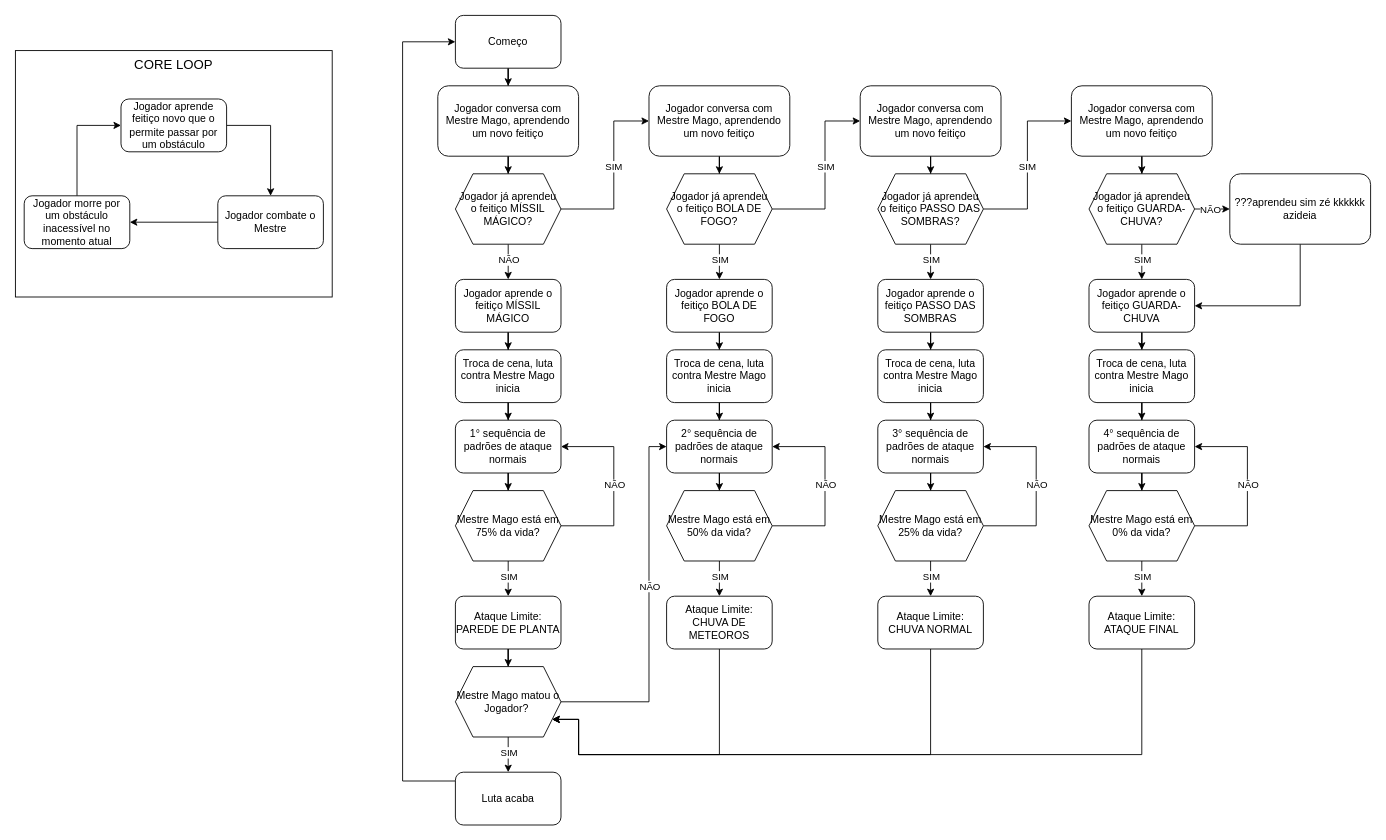
Above: GMTKJam2025.drawio in Reimyel/Diagramas (draw.io), before the change. Source tidied: cells renumbered, new cells numbered last; positions are measured from the earlier drawing's top-left corner, leaving out a move shared by most shapes. Both pictures are drawn from the tidied source at 88%, with x=0, y=0 at pixel (15, 15).
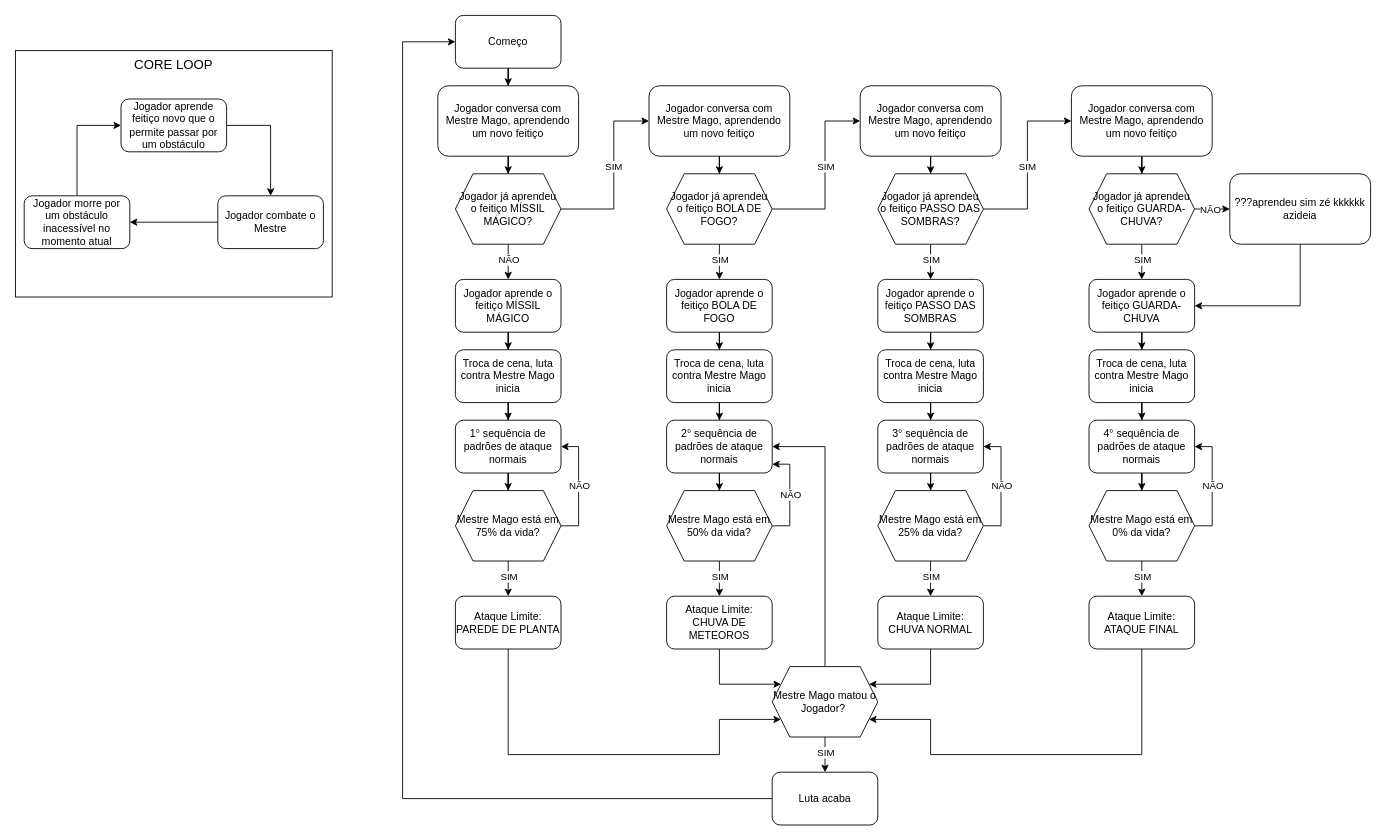
After the change.

Unchanged cells that the change refers to:
```xml
<mxCell id="10" value="Começo" style="rounded=1;whiteSpace=wrap;html=1;fillColor=light-dark(#FFFFFF,#104E0E);" parent="1" vertex="1">
  <mxGeometry x="500" width="120" height="60" as="geometry" />
</mxCell>
<mxCell id="16" value="1° sequência de padrões de ataque normais" style="rounded=1;whiteSpace=wrap;html=1;" parent="1" vertex="1">
  <mxGeometry x="500" y="460" width="120" height="60" as="geometry" />
</mxCell>
<mxCell id="20" value="Ataque Limite: PAREDE DE PLANTA" style="rounded=1;whiteSpace=wrap;html=1;" parent="1" vertex="1">
  <mxGeometry x="500" y="660" width="120" height="60" as="geometry" />
</mxCell>
<mxCell id="25" value="Mestre Mago está em 75% da vida?" style="shape=hexagon;perimeter=hexagonPerimeter2;whiteSpace=wrap;html=1;fixedSize=1;fillColor=light-dark(#FFFFFF,#E28507);" parent="1" vertex="1">
  <mxGeometry x="500" y="540" width="120" height="80" as="geometry" />
</mxCell>
<mxCell id="51" value="2° sequência de padrões de ataque normais" style="rounded=1;whiteSpace=wrap;html=1;" parent="1" vertex="1">
  <mxGeometry x="740" y="460" width="120" height="60" as="geometry" />
</mxCell>
<mxCell id="53" value="Ataque Limite: CHUVA DE METEOROS" style="rounded=1;whiteSpace=wrap;html=1;" parent="1" vertex="1">
  <mxGeometry x="740" y="660" width="120" height="60" as="geometry" />
</mxCell>
<mxCell id="58" value="Mestre Mago está em 50% da vida?" style="shape=hexagon;perimeter=hexagonPerimeter2;whiteSpace=wrap;html=1;fixedSize=1;fillColor=light-dark(#FFFFFF,#E28507);" parent="1" vertex="1">
  <mxGeometry x="740" y="540" width="120" height="80" as="geometry" />
</mxCell>
<mxCell id="71" value="3° sequência de padrões de ataque normais" style="rounded=1;whiteSpace=wrap;html=1;" parent="1" vertex="1">
  <mxGeometry x="980" y="460" width="120" height="60" as="geometry" />
</mxCell>
<mxCell id="73" value="Ataque Limite: CHUVA NORMAL" style="rounded=1;whiteSpace=wrap;html=1;" parent="1" vertex="1">
  <mxGeometry x="980" y="660" width="120" height="60" as="geometry" />
</mxCell>
<mxCell id="78" value="Mestre Mago está em 25% da vida?" style="shape=hexagon;perimeter=hexagonPerimeter2;whiteSpace=wrap;html=1;fixedSize=1;fillColor=light-dark(#FFFFFF,#E28507);" parent="1" vertex="1">
  <mxGeometry x="980" y="540" width="120" height="80" as="geometry" />
</mxCell>
<mxCell id="91" value="4° sequência de padrões de ataque normais" style="rounded=1;whiteSpace=wrap;html=1;" parent="1" vertex="1">
  <mxGeometry x="1220" y="460" width="120" height="60" as="geometry" />
</mxCell>
<mxCell id="93" value="Ataque Limite: ATAQUE FINAL" style="rounded=1;whiteSpace=wrap;html=1;" parent="1" vertex="1">
  <mxGeometry x="1220" y="660" width="120" height="60" as="geometry" />
</mxCell>
<mxCell id="98" value="Mestre Mago está em 0% da vida?" style="shape=hexagon;perimeter=hexagonPerimeter2;whiteSpace=wrap;html=1;fixedSize=1;fillColor=light-dark(#FFFFFF,#E28507);" parent="1" vertex="1">
  <mxGeometry x="1220" y="540" width="120" height="80" as="geometry" />
</mxCell>
```

Change to the diagram source:
```diff
@@
     <mxCell id="17" style="edgeStyle=orthogonalEdgeStyle;rounded=0;jettySize=auto;html=1;entryX=0;entryY=0.5;entryDx=0;entryDy=0;" parent="1" edge="1" source="18" target="10">
       <mxGeometry relative="1" as="geometry">
         <Array as="points">
-          <mxPoint x="440" y="870" />
+          <mxPoint x="440" y="890" />
           <mxPoint x="440" y="30" />
         </Array>
       </mxGeometry>
     </mxCell>
     <mxCell id="18" value="Luta acaba" style="rounded=1;whiteSpace=wrap;html=1;fillColor=light-dark(#FFFFFF,#9A3434);" parent="1" vertex="1">
-      <mxGeometry x="500" y="860" width="120" height="60" as="geometry" />
+      <mxGeometry x="860" y="860" width="120" height="60" as="geometry" />
     </mxCell>
     <mxCell id="19" style="edgeStyle=orthogonalEdgeStyle;rounded=0;jettySize=auto;html=1;" parent="1" edge="1" source="20" target="30">
-      <mxGeometry relative="1" as="geometry" />
+      <mxGeometry relative="1" as="geometry">
+        <Array as="points">
+          <mxPoint x="560" y="840" />
+          <mxPoint x="800" y="840" />
+          <mxPoint x="800" y="800" />
+        </Array>
+      </mxGeometry>
     </mxCell>
@@
     <mxCell id="23" style="edgeStyle=orthogonalEdgeStyle;rounded=0;jettySize=auto;html=1;entryX=1;entryY=0.5;entryDx=0;entryDy=0;exitX=1;exitY=0.5;exitDx=0;exitDy=0;" parent="1" edge="1" source="25" target="16">
       <mxGeometry relative="1" as="geometry">
         <Array as="points">
-          <mxPoint x="680" y="580" />
-          <mxPoint x="680" y="490" />
+          <mxPoint x="640" y="580" />
+          <mxPoint x="640" y="490" />
         </Array>
       </mxGeometry>
     </mxCell>
@@
     <mxCell id="26" style="edgeStyle=orthogonalEdgeStyle;rounded=0;jettySize=auto;html=1;" parent="1" edge="1" source="30" target="18">
-      <mxGeometry relative="1" as="geometry" />
+      <mxGeometry relative="1" as="geometry">
+        <Array as="points">
+          <mxPoint x="920" y="870" />
+          <mxPoint x="920" y="870" />
+        </Array>
+      </mxGeometry>
     </mxCell>
@@
-    <mxCell id="28" style="edgeStyle=orthogonalEdgeStyle;rounded=0;jettySize=auto;html=1;entryX=0;entryY=0.5;entryDx=0;entryDy=0;" parent="1" edge="1" source="30" target="51">
+    <mxCell id="28" style="edgeStyle=orthogonalEdgeStyle;rounded=0;jettySize=auto;html=1;" parent="1" edge="1" source="30" target="51">
       <mxGeometry relative="1" as="geometry">
         <Array as="points">
-          <mxPoint x="720" y="780" />
-          <mxPoint x="720" y="490" />
+          <mxPoint x="920" y="490" />
         </Array>
       </mxGeometry>
     </mxCell>
-    <mxCell id="29" value="NÃO" style="edgeLabel;html=1;align=center;verticalAlign=middle;" parent="28" vertex="1">
-      <mxGeometry x="0.13" relative="1" as="geometry" />
-    </mxCell>
     <mxCell id="30" value="Mestre Mago matou o Jogador?&amp;nbsp;" style="shape=hexagon;perimeter=hexagonPerimeter2;whiteSpace=wrap;html=1;fixedSize=1;fillColor=light-dark(#FFFFFF,#E28507);" parent="1" vertex="1">
-      <mxGeometry x="500" y="740" width="120" height="80" as="geometry" />
+      <mxGeometry x="860" y="740" width="120" height="80" as="geometry" />
     </mxCell>
@@
     <mxCell id="52" style="edgeStyle=orthogonalEdgeStyle;rounded=0;jettySize=auto;html=1;" parent="1" edge="1" source="53" target="30">
       <mxGeometry relative="1" as="geometry">
         <Array as="points">
-          <mxPoint x="800" y="840" />
-          <mxPoint x="640" y="840" />
-          <mxPoint x="640" y="800" />
+          <mxPoint x="800" y="760" />
         </Array>
       </mxGeometry>
     </mxCell>
@@
-    <mxCell id="56" style="edgeStyle=orthogonalEdgeStyle;rounded=0;jettySize=auto;html=1;entryX=1;entryY=0.5;entryDx=0;entryDy=0;exitX=1;exitY=0.5;exitDx=0;exitDy=0;" parent="1" edge="1" source="58" target="51">
+    <mxCell id="56" style="edgeStyle=orthogonalEdgeStyle;rounded=0;jettySize=auto;html=1;exitX=1;exitY=0.5;exitDx=0;exitDy=0;" parent="1" edge="1" source="58" target="51">
       <mxGeometry relative="1" as="geometry">
         <Array as="points">
-          <mxPoint x="920" y="580" />
-          <mxPoint x="920" y="490" />
+          <mxPoint x="880" y="580" />
+          <mxPoint x="880" y="510" />
         </Array>
       </mxGeometry>
     </mxCell>
@@
     <mxCell id="72" style="edgeStyle=orthogonalEdgeStyle;rounded=0;jettySize=auto;html=1;" parent="1" edge="1" source="73" target="30">
       <mxGeometry relative="1" as="geometry">
         <Array as="points">
-          <mxPoint x="1040" y="840" />
-          <mxPoint x="640" y="840" />
-          <mxPoint x="640" y="800" />
+          <mxPoint x="1040" y="760" />
         </Array>
       </mxGeometry>
     </mxCell>
@@
     <mxCell id="76" style="edgeStyle=orthogonalEdgeStyle;rounded=0;jettySize=auto;html=1;entryX=1;entryY=0.5;entryDx=0;entryDy=0;exitX=1;exitY=0.5;exitDx=0;exitDy=0;" parent="1" edge="1" source="78" target="71">
       <mxGeometry relative="1" as="geometry">
         <Array as="points">
-          <mxPoint x="1160" y="580" />
-          <mxPoint x="1160" y="490" />
+          <mxPoint x="1120" y="580" />
+          <mxPoint x="1120" y="490" />
         </Array>
       </mxGeometry>
     </mxCell>
@@
     <mxCell id="92" style="edgeStyle=orthogonalEdgeStyle;rounded=0;jettySize=auto;html=1;" parent="1" edge="1" source="93" target="30">
       <mxGeometry relative="1" as="geometry">
         <Array as="points">
           <mxPoint x="1280" y="840" />
-          <mxPoint x="640" y="840" />
-          <mxPoint x="640" y="800" />
+          <mxPoint x="1040" y="840" />
+          <mxPoint x="1040" y="800" />
         </Array>
       </mxGeometry>
     </mxCell>
@@
     <mxCell id="96" style="edgeStyle=orthogonalEdgeStyle;rounded=0;jettySize=auto;html=1;entryX=1;entryY=0.5;entryDx=0;entryDy=0;exitX=1;exitY=0.5;exitDx=0;exitDy=0;" parent="1" edge="1" source="98" target="91">
       <mxGeometry relative="1" as="geometry">
         <Array as="points">
-          <mxPoint x="1400" y="580" />
-          <mxPoint x="1400" y="490" />
+          <mxPoint x="1360" y="580" />
+          <mxPoint x="1360" y="490" />
         </Array>
       </mxGeometry>
     </mxCell>
```
